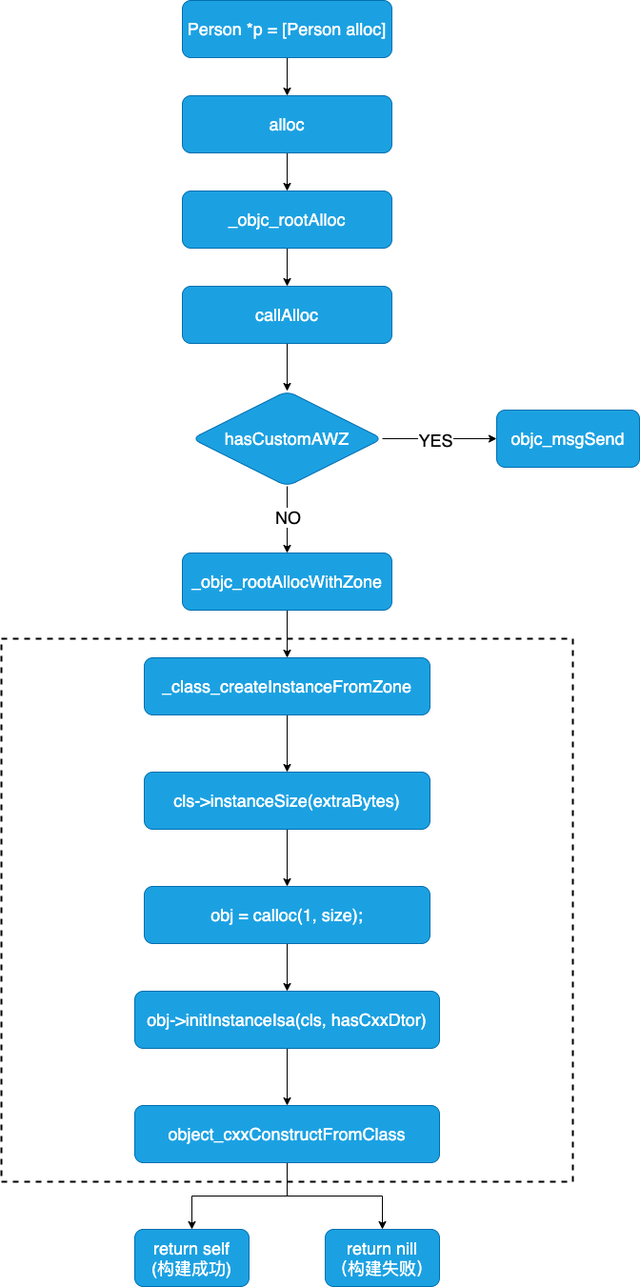
This is 2021-06-06-19-09-40/iOS底层-alloc流程图.png from AaronDQQ/JaxCDN, a draw.io export, as it was before one commit. Source tidied: cells renumbered, new cells last; positions are measured from the earlier drawing's top-left corner, leaving out a move shared by most shapes.
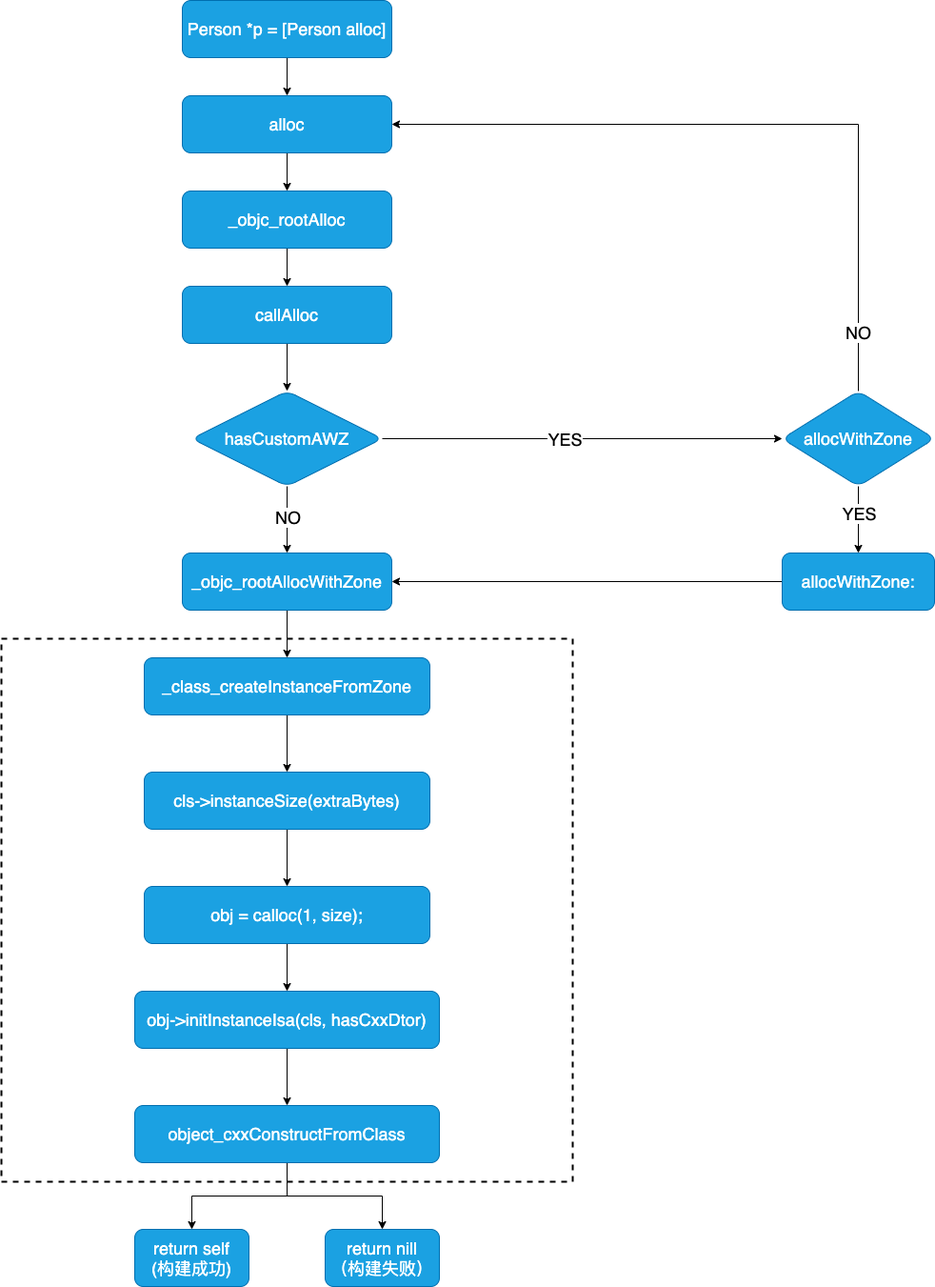
Later version of the same file.

Commit message:
iOS底层探索 --- 替换alloc流程图

What changed in the source:
```diff
@@ -32,12 +32,12 @@
     <mxCell id="11" value="NO" style="edgeLabel;html=1;align=center;verticalAlign=middle;fontSize=18;" parent="10" vertex="1">
       <mxGeometry x="-0.09" relative="1" as="geometry" />
     </mxCell>
-    <mxCell id="12" style="edgeStyle=orthogonalEdgeStyle;rounded=0;jettySize=auto;html=1;fontSize=18;" parent="1" edge="1" source="14" target="30">
-      <mxGeometry relative="1" as="geometry" />
-    </mxCell>
-    <mxCell id="13" value="YES" style="edgeLabel;html=1;align=center;verticalAlign=middle;fontSize=18;" parent="12" vertex="1">
-      <mxGeometry x="-0.08" y="-1" relative="1" as="geometry" />
-    </mxCell>
+    <mxCell id="32" style="edgeStyle=orthogonalEdgeStyle;rounded=0;jettySize=auto;html=1;fontSize=18;" parent="1" edge="1" source="14" target="38">
+      <mxGeometry relative="1" as="geometry" />
+    </mxCell>
+    <mxCell id="33" value="YES" style="edgeLabel;html=1;align=center;verticalAlign=middle;fontSize=18;" parent="32" vertex="1">
+      <mxGeometry x="-0.09" relative="1" as="geometry" />
+    </mxCell>
     <mxCell id="14" value="hasCustomAWZ" style="rhombus;whiteSpace=wrap;html=1;rounded=1;fontSize=18;fontColor=#ffffff;strokeColor=#006EAF;fillColor=#1ba1e2;" parent="1" vertex="1">
       <mxGeometry x="200" y="410" width="200" height="100" as="geometry" />
     </mxCell>
@@ -86,11 +86,29 @@
     <mxCell id="29" value="return nill&lt;br&gt;（构建失败）" style="whiteSpace=wrap;html=1;rounded=1;fontSize=18;fontColor=#ffffff;strokeColor=#006EAF;fillColor=#1ba1e2;" parent="1" vertex="1">
       <mxGeometry x="340" y="1290" width="120" height="60" as="geometry" />
     </mxCell>
-    <mxCell id="30" value="objc_msgSend" style="whiteSpace=wrap;html=1;rounded=1;fontSize=18;fontColor=#ffffff;strokeColor=#006EAF;fillColor=#1ba1e2;" parent="1" vertex="1">
-      <mxGeometry x="520" y="430" width="150" height="60" as="geometry" />
-    </mxCell>
     <mxCell id="31" style="rounded=0;whiteSpace=wrap;html=1;fontSize=18;fillColor=none;dashed=1;strokeWidth=2;" parent="1" vertex="1">
       <mxGeometry y="670" width="600" height="570" as="geometry" />
     </mxCell>
+    <mxCell id="34" style="edgeStyle=orthogonalEdgeStyle;rounded=0;jettySize=auto;html=1;fontSize=18;" parent="1" edge="1" source="38" target="40">
+      <mxGeometry relative="1" as="geometry" />
+    </mxCell>
+    <mxCell id="35" value="YES" style="edgeLabel;html=1;align=center;verticalAlign=middle;fontSize=18;" parent="34" vertex="1">
+      <mxGeometry x="-0.2" relative="1" as="geometry" />
+    </mxCell>
+    <mxCell id="36" style="edgeStyle=orthogonalEdgeStyle;rounded=0;jettySize=auto;html=1;exitX=0.5;exitY=0;exitDx=0;exitDy=0;entryX=1;entryY=0.5;entryDx=0;entryDy=0;fontSize=18;" parent="1" edge="1" source="38" target="5">
+      <mxGeometry relative="1" as="geometry" />
+    </mxCell>
+    <mxCell id="37" value="NO" style="edgeLabel;html=1;align=center;verticalAlign=middle;fontSize=18;" parent="36" vertex="1">
+      <mxGeometry x="-0.84" y="1" relative="1" as="geometry" />
+    </mxCell>
+    <mxCell id="38" value="allocWithZone" style="rhombus;whiteSpace=wrap;html=1;rounded=1;fontSize=18;fontColor=#ffffff;strokeColor=#006EAF;fillColor=#1ba1e2;" parent="1" vertex="1">
+      <mxGeometry x="820" y="410" width="160" height="100" as="geometry" />
+    </mxCell>
+    <mxCell id="39" style="edgeStyle=orthogonalEdgeStyle;rounded=0;jettySize=auto;html=1;exitX=0;exitY=0.5;exitDx=0;exitDy=0;entryX=1;entryY=0.5;entryDx=0;entryDy=0;fontSize=18;" parent="1" edge="1" source="40" target="16">
+      <mxGeometry relative="1" as="geometry" />
+    </mxCell>
+    <mxCell id="40" value="allocWithZone:" style="whiteSpace=wrap;html=1;rounded=1;fontSize=18;fontColor=#ffffff;strokeColor=#006EAF;fillColor=#1ba1e2;" parent="1" vertex="1">
+      <mxGeometry x="820" y="580" width="160" height="60" as="geometry" />
+    </mxCell>
   </root>
 </mxGraphModel>
```
